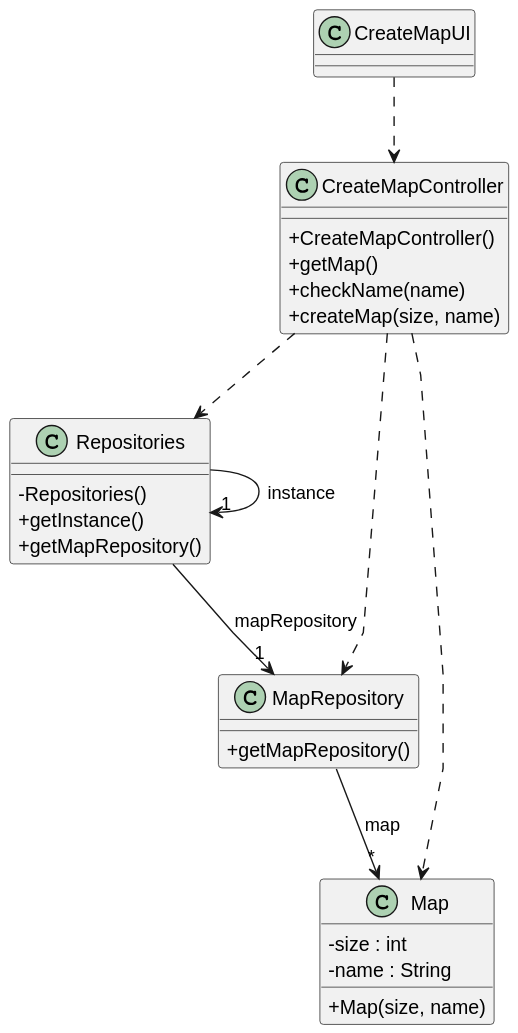
Before: Sprint3/US001/03.design/svg/US001-CD.svg, a diagram exported from PlantUML (1240935/pi2-railway-simulator). The source it was exported from:
```plantuml
@startuml
skinparam packageStyle rectangle
skinparam shadowing false
skinparam linetype polyline

skinparam classAttributeIconSize 0



class CreateMapUI {

}

class CreateMapController {
  +CreateMapController()
  +getMap()
  +checkName(name)
  +createMap(size, name)
}

class MapRepository {
   +getMapRepository()
}

class Repositories {
    - Repositories()
    + getInstance()
    + getMapRepository()
}

class Map {
  - size : int
  - name : String
  + Map(size, name)

}

CreateMapUI ..> CreateMapController
CreateMapController ..> Repositories
CreateMapController ..> MapRepository
CreateMapController ..> Map
MapRepository --> "*" Map : map
Repositories --> "1" MapRepository : mapRepository
Repositories -> "1" Repositories : instance
@enduml
```
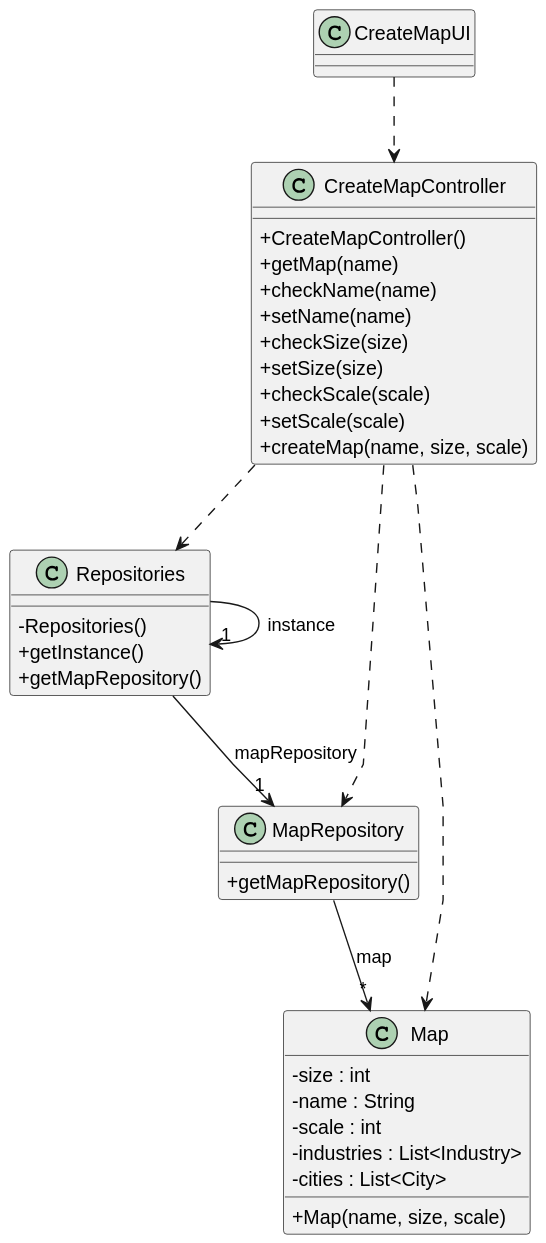
Later version of the same file.

What changed in the source:
```diff
@@ -13,9 +13,14 @@
 
 class CreateMapController {
   +CreateMapController()
-  +getMap()
+  +getMap(name)
   +checkName(name)
-  +createMap(size, name)
+  +setName(name)
+  +checkSize(size)
+  +setSize(size)
+  +checkScale(scale)
+  +setScale(scale)
+  +createMap(name, size, scale)
 }
 
 class MapRepository {
@@ -31,7 +36,10 @@
 class Map {
   - size : int
   - name : String
-  + Map(size, name)
+  - scale : int
+  - industries : List<Industry>
+  - cities : List<City>
+  + Map(name, size, scale)
 
 }
 
```
